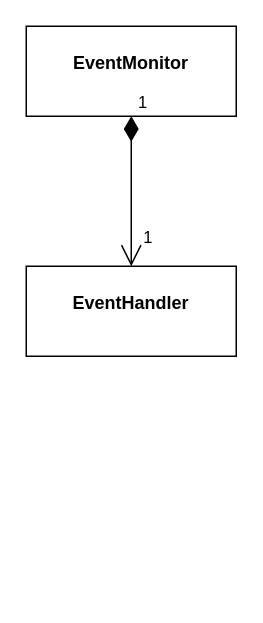
gaoji1/- keeps this draw.io diagram as medialive/鹊桥缩扩容事件相关类UML.drawio. Above is the earlier version. Source tidied: cells renumbered, new cells numbered last; positions are measured from the earlier drawing's top-left corner, leaving out a move shared by most shapes. Both pictures are drawn from the tidied source at 150%, with x=0, y=0 at pixel (26, 26).
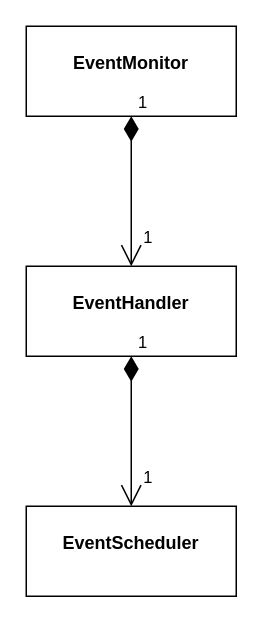
After the change.

Commit message (it also covers changes not shown here):
Update 鹊桥缩扩容事件相关类UML.drawio

Diff of the diagram source:
```diff
@@
 <mxGraphModel>
   <root>
     <mxCell id="0" />
     <mxCell id="1" parent="0" />
     <mxCell id="2" value="&lt;p style=&quot;margin: 0px ; margin-top: 4px ; text-align: center&quot;&gt;&lt;br&gt;&lt;b&gt;EventMonitor&lt;/b&gt;&lt;br&gt;&lt;/p&gt;" style="verticalAlign=top;align=left;overflow=fill;fontSize=12;fontFamily=Helvetica;html=1;" parent="1" vertex="1">
       <mxGeometry width="140" height="60" as="geometry" />
     </mxCell>
     <mxCell id="3" value="&lt;p style=&quot;margin: 0px ; margin-top: 4px ; text-align: center&quot;&gt;&lt;br&gt;&lt;b&gt;EventHandler&lt;/b&gt;&lt;br&gt;&lt;/p&gt;" style="verticalAlign=top;align=left;overflow=fill;fontSize=12;fontFamily=Helvetica;html=1;" parent="1" vertex="1">
       <mxGeometry y="160" width="140" height="60" as="geometry" />
     </mxCell>
     <mxCell id="4" value="1" style="endArrow=open;html=1;endSize=12;startArrow=diamondThin;startSize=14;startFill=1;edgeStyle=orthogonalEdgeStyle;align=left;verticalAlign=bottom;exitX=0.5;exitY=1;exitDx=0;exitDy=0;entryX=0.5;entryY=0;entryDx=0;entryDy=0;" parent="1" edge="1" source="2" target="3">
       <mxGeometry x="-1" y="3" relative="1" as="geometry" />
     </mxCell>
     <mxCell id="5" value="1" style="edgeLabel;html=1;align=center;verticalAlign=middle;" parent="4" vertex="1">
       <mxGeometry x="0.72" y="1" relative="1" as="geometry">
         <mxPoint x="9" y="-6" as="offset" />
       </mxGeometry>
     </mxCell>
+    <mxCell id="6" value="&lt;p style=&quot;margin: 0px ; margin-top: 4px ; text-align: center&quot;&gt;&lt;br&gt;&lt;b&gt;EventScheduler&lt;/b&gt;&lt;br&gt;&lt;/p&gt;" style="verticalAlign=top;align=left;overflow=fill;fontSize=12;fontFamily=Helvetica;html=1;" parent="1" vertex="1">
+      <mxGeometry y="320" width="140" height="60" as="geometry" />
+    </mxCell>
+    <mxCell id="7" value="1" style="endArrow=open;html=1;endSize=12;startArrow=diamondThin;startSize=14;startFill=1;edgeStyle=orthogonalEdgeStyle;align=left;verticalAlign=bottom;exitX=0.5;exitY=1;exitDx=0;exitDy=0;entryX=0.5;entryY=0;entryDx=0;entryDy=0;" parent="1" edge="1" source="3" target="6">
+      <mxGeometry x="-1" y="3" relative="1" as="geometry" />
+    </mxCell>
+    <mxCell id="8" value="1" style="edgeLabel;html=1;align=center;verticalAlign=middle;" parent="7" vertex="1">
+      <mxGeometry x="0.72" y="1" relative="1" as="geometry">
+        <mxPoint x="9" y="-6" as="offset" />
+      </mxGeometry>
+    </mxCell>
   </root>
 </mxGraphModel>
```
